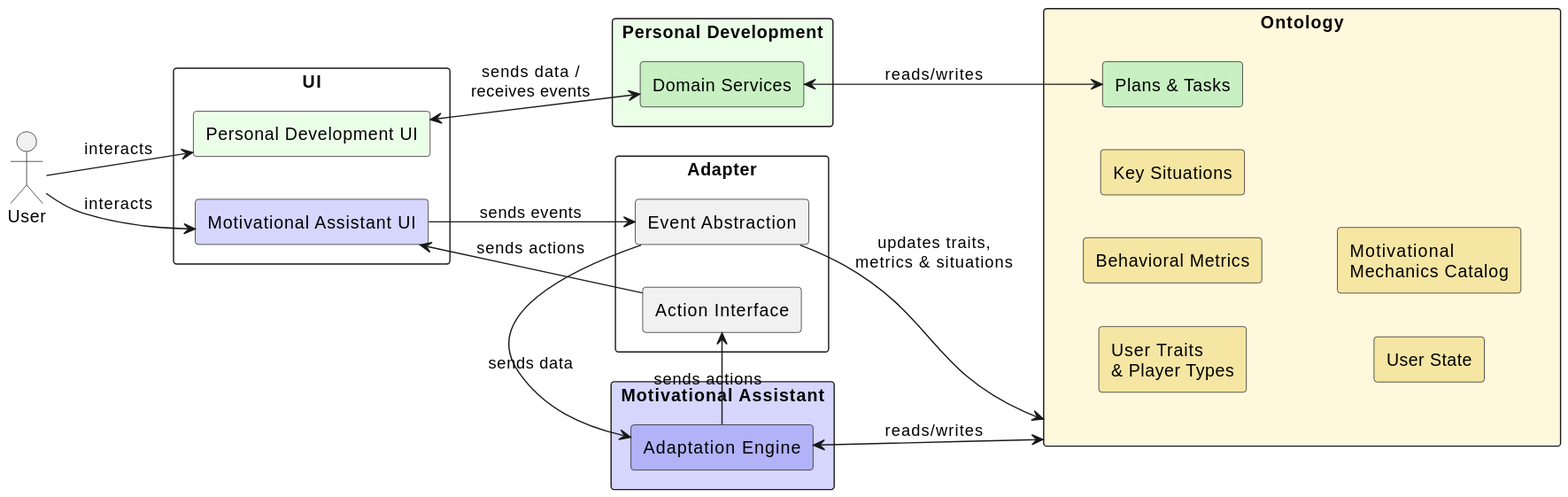
The PlantUML diagram out/Jaime Sketches/Architecture/Architecture_CISTI/Architecture_CISTI.svg in Maks-stack/ontology, before a commit. Its source is kept beside it as Jaime Sketches/Architecture/Architecture_CISTI.puml. Source of this version:
```plantuml
@startuml
left to right direction
skinparam shadowing false
skinparam packageStyle rectangle

actor User as user

package "UI" {
  rectangle "Personal Development UI" as PD_UI #ebffe8
  rectangle "Motivational Assistant UI" as MA_UI #d6d6ff
}

package "Personal Development" #ebffe8 {
  rectangle "Domain Services" as DomainServices #c8f0c2ff
}

package "Motivational Assistant" #d6d6ff {
  rectangle "Adaptation Engine" as AdaptEngine #b2b2f8ff
}

package "Adapter" {
  rectangle "Event Abstraction" as EventAbs #f1f1f1
  rectangle "Action Interface" as ActionInt #f1f1f1
}

package "Ontology" #fff8dc {
  together {
    rectangle "User Traits\n& Player Types" as Traits #f5e6a3ff
    rectangle "Behavioral Metrics" as Metrics #f5e6a3ff
    rectangle "Key Situations" as KS #f5e6a3ff
    rectangle "User State" as UserState #f5e6a3ff
    rectangle "Motivational\nMechanics Catalog" as MechCatalog #f5e6a3ff
  }
  rectangle "Plans & Tasks" as Plans #c8f0c2ff
}

user --> PD_UI : interacts
user --> MA_UI : interacts

PD_UI <--> DomainServices : sends data /\nreceives events
MA_UI --> EventAbs : sends events

EventAbs --> AdaptEngine : sends data
AdaptEngine --> ActionInt : sends actions
ActionInt ---> MA_UI : sends actions

EventAbs --> Ontology : updates traits,\nmetrics & situations
AdaptEngine <--> Ontology : reads/writes

DomainServices <--> Plans : reads/writes

@enduml
```
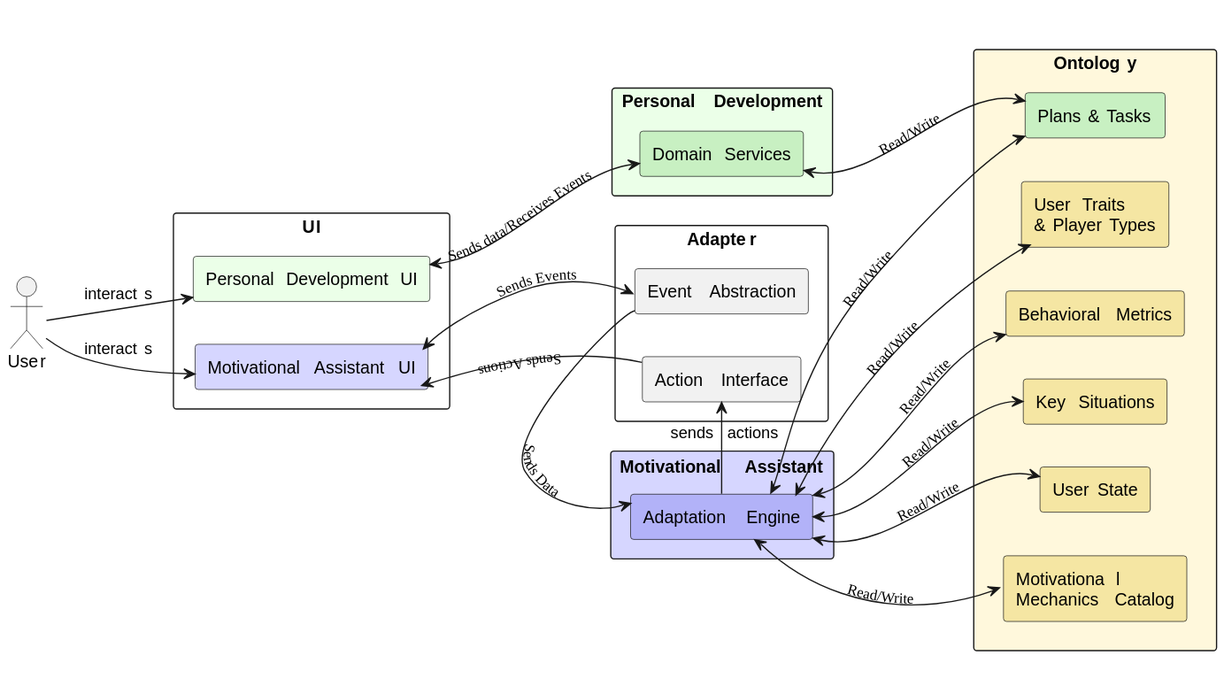
The same diagram one commit later.

Change to the diagram source:
```diff
@@ -38,14 +38,19 @@
 user --> MA_UI : interacts
 
 PD_UI <--> DomainServices : sends data /\nreceives events
-MA_UI --> EventAbs : sends events
+MA_UI <--> EventAbs : sends events
 
 EventAbs --> AdaptEngine : sends data
 AdaptEngine --> ActionInt : sends actions
 ActionInt ---> MA_UI : sends actions
 
-EventAbs --> Ontology : updates traits,\nmetrics & situations
-AdaptEngine <--> Ontology : reads/writes
+
+AdaptEngine <--> Traits : reads/writes
+AdaptEngine <--> Metrics : reads/writes
+AdaptEngine <--> KS : reads/writes
+AdaptEngine <--> UserState : reads/writes
+AdaptEngine <--> MechCatalog : reads/writes
+AdaptEngine <--> Plans : reads/writes
 
 DomainServices <--> Plans : reads/writes
 
```
